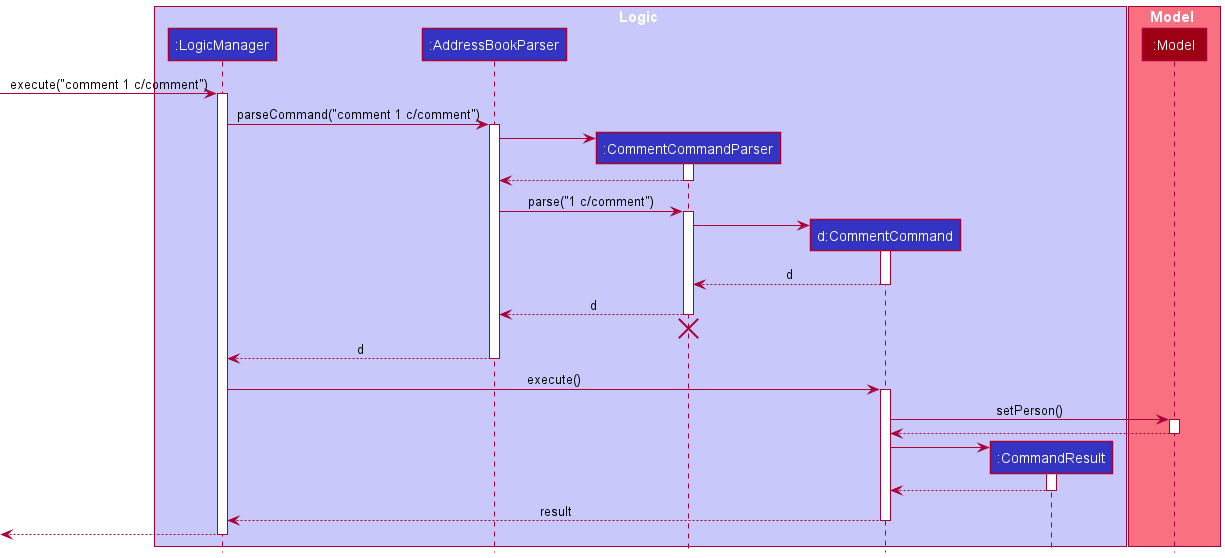
The PlantUML diagram docs/images/CommentSequenceDiagram.png in nus-cs2103-AY2122S2/tp, before a commit.
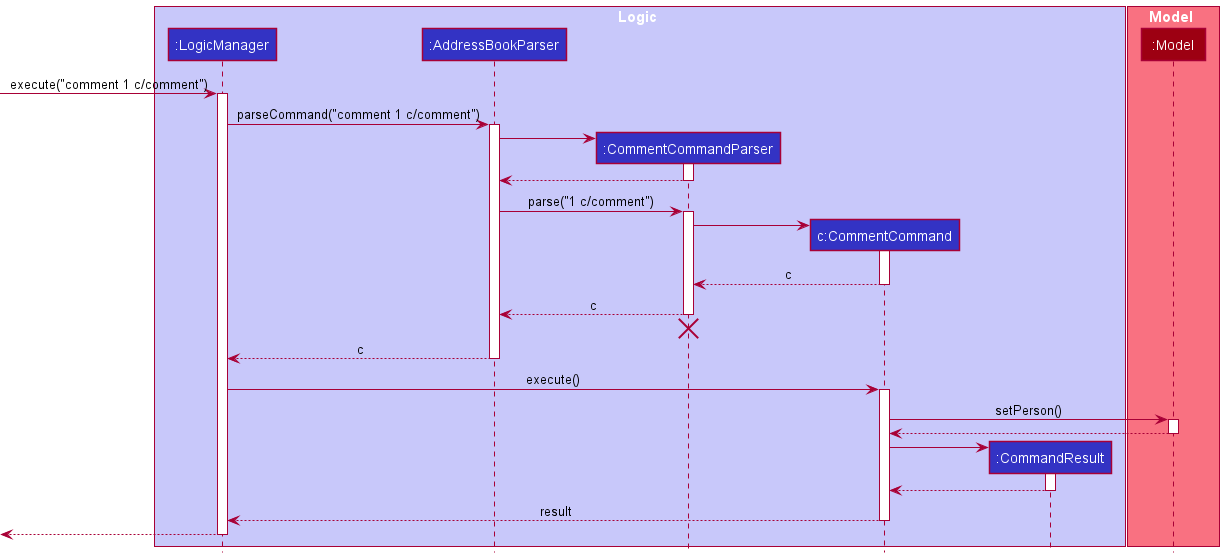
Later version of the same file.

Commit message:
Update sequence diagram

What changed in the source:
```diff
@@ -5,7 +5,7 @@
 participant ":LogicManager" as LogicManager LOGIC_COLOR
 participant ":AddressBookParser" as AddressBookParser LOGIC_COLOR
 participant ":CommentCommandParser" as CommentCommandParser LOGIC_COLOR
-participant "d:CommentCommand" as CommentCommand LOGIC_COLOR
+participant "c:CommentCommand" as CommentCommand LOGIC_COLOR
 participant ":CommandResult" as CommandResult LOGIC_COLOR
 end box
 
@@ -33,15 +33,15 @@
 CommentCommandParser -> CommentCommand
 activate CommentCommand
 
-CommentCommand --> CommentCommandParser : d
+CommentCommand --> CommentCommandParser : c
 deactivate CommentCommand
 
-CommentCommandParser --> AddressBookParser : d
+CommentCommandParser --> AddressBookParser : c
 deactivate CommentCommandParser
 CommentCommandParser -[hidden]-> AddressBookParser
 destroy CommentCommandParser
 
-AddressBookParser --> LogicManager : d
+AddressBookParser --> LogicManager : c
 deactivate AddressBookParser
 
 LogicManager -> CommentCommand : execute()
```
